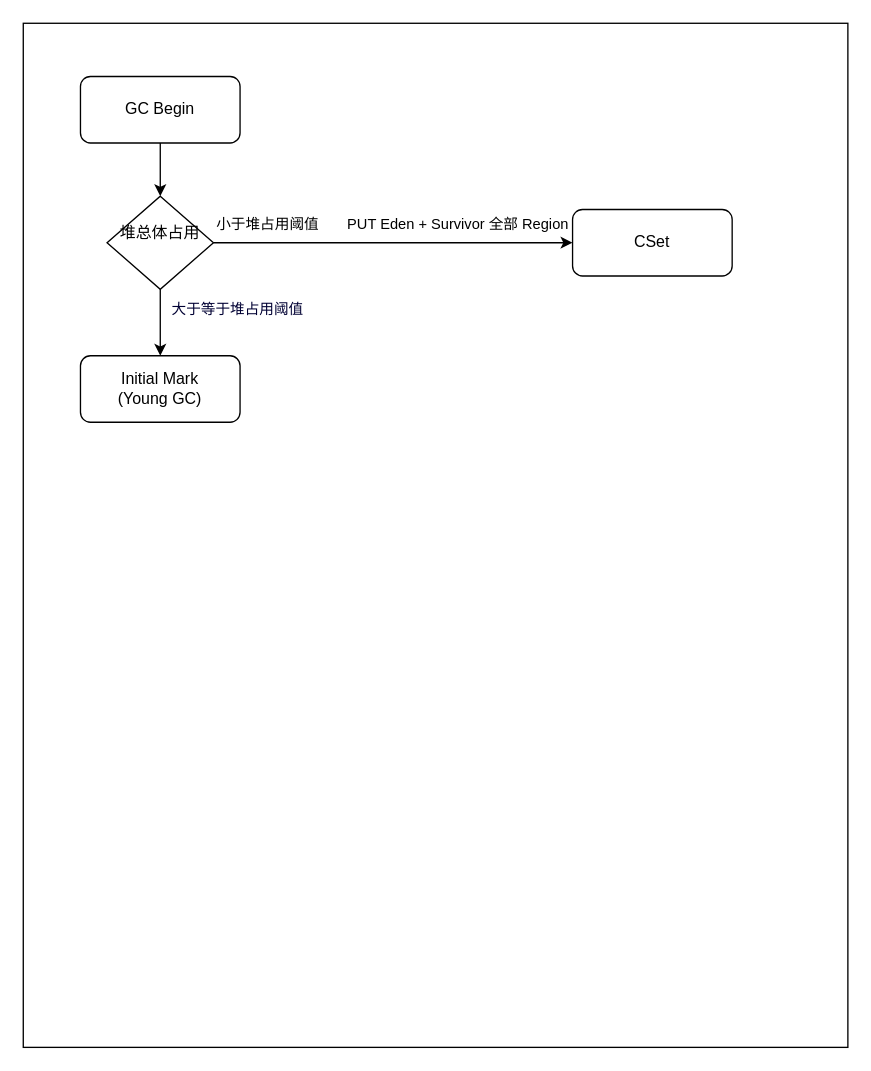
The draw.io diagram G1/G1执行过程.drawio in wit88wang/my.draw.io, before the edit. Source tidied: cells renumbered, new cells numbered last; positions are measured from the earlier drawing's top-left corner, leaving out a move shared by most shapes. Both pictures are drawn from the tidied source at 133%, with x=0, y=0 at pixel (23, 23).
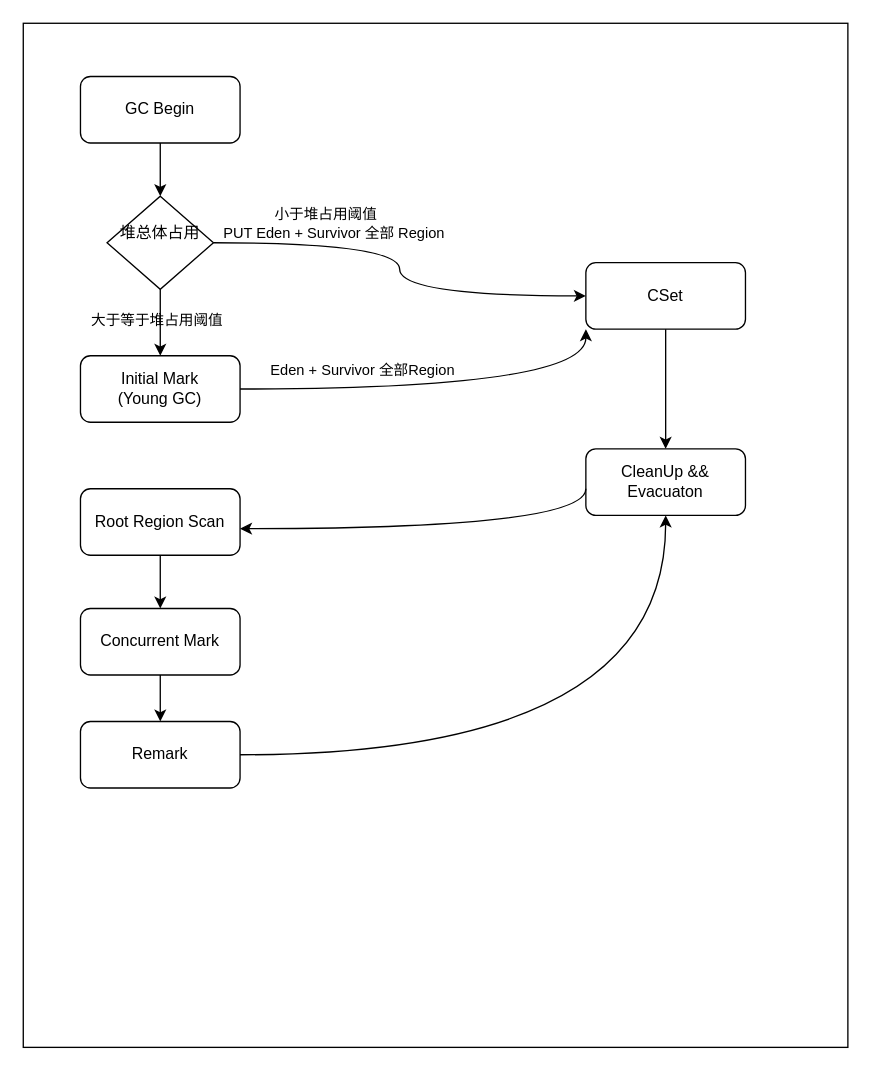
Above is the later version.

Commit message:
更新G1执行过程.drawio

The change refers to these unchanged cells:
```xml
<mxCell id="4" value="堆总体占用&lt;div&gt;&lt;br/&gt;&lt;/div&gt;" style="rhombus;whiteSpace=wrap;html=1;shapeInside=1;fillColor=light-dark(#FFFFFF,#CC99FF);" parent="1" vertex="1">
  <mxGeometry x="63" y="130" width="80" height="70" as="geometry" />
</mxCell>
<mxCell id="10" style="endArrow=classic;html=1;rounded=0;exitX=0.5;exitY=1;exitDx=0;exitDy=0;fillColor=light-dark(transparent,#3333FF);strokeColor=light-dark(#000000,#FF6666);fontColor=light-dark(#000000,#99CCFF);entryX=0.5;entryY=0;entryDx=0;entryDy=0;" parent="1" edge="1" source="4" target="9">
  <mxGeometry relative="1" as="geometry" />
</mxCell>
```

Change to the diagram source:
```diff
@@
-    <mxCell id="2" style="rounded=0;whiteSpace=wrap;html=1;fillColor=light-dark(#FFFFFF,#CCFFFF);" parent="1" vertex="1">
+    <mxCell id="2" style="rounded=0;whiteSpace=wrap;html=1;fillColor=light-dark(#FFFFFF,#CCFFFF);labelBackgroundColor=light-dark(#FFFFFF,transparent);" parent="1" vertex="1">
       <mxGeometry width="620" height="770" as="geometry" />
     </mxCell>
@@
     <mxCell id="6" value="CSet" style="rounded=1;whiteSpace=wrap;html=1;fillColor=light-dark(#FFFFFF,#FFFF33);strokeColor=light-dark(#000000,#00CCCC);fontColor=light-dark(#000000,#000033);" parent="1" vertex="1">
-      <mxGeometry x="413" y="140" width="120" height="50" as="geometry" />
+      <mxGeometry x="423" y="180" width="120" height="50" as="geometry" />
     </mxCell>
-    <mxCell id="7" style="endArrow=classic;html=1;rounded=0;exitX=1;exitY=0.5;exitDx=0;exitDy=0;strokeColor=light-dark(#000000,#FF6666);" parent="1" edge="1" source="4" target="6">
+    <mxCell id="7" style="endArrow=classic;html=1;rounded=0;exitX=1;exitY=0.5;exitDx=0;exitDy=0;strokeColor=light-dark(#000000,#FF6666);edgeStyle=orthogonalEdgeStyle;curved=1;" parent="1" edge="1" source="4" target="6">
       <mxGeometry relative="1" as="geometry" />
     </mxCell>
-    <mxCell id="8" value="小于堆占用阈值&amp;nbsp; &amp;nbsp; &amp;nbsp; &amp;nbsp;PUT Eden + Survivor 全部 Region&amp;nbsp;" style="edgeLabel;html=1;align=center;verticalAlign=middle;labelBackgroundColor=none;fontColor=light-dark(#000000,#000033);" parent="7" vertex="1">
-      <mxGeometry x="-0.06" relative="1" as="geometry">
-        <mxPoint x="8" y="-15" as="offset" />
+    <mxCell id="8" value="&lt;span style=&quot;&quot;&gt;小于堆占用阈值&amp;nbsp; &amp;nbsp; &amp;nbsp; &lt;br&gt;PUT Eden + Survivor 全部 Region&amp;nbsp;&lt;/span&gt;" style="edgeLabel;html=1;align=center;verticalAlign=middle;labelBackgroundColor=none;labelBorderColor=none;fontColor=light-dark(#000000,#000033);" parent="7" vertex="1">
+      <mxGeometry x="-0.15" y="-4" relative="1" as="geometry">
+        <mxPoint x="-45" y="-19" as="offset" />
       </mxGeometry>
     </mxCell>
-    <mxCell id="9" value="Initial Mark&lt;br&gt;(Young GC)" style="rounded=1;whiteSpace=wrap;html=1;fillColor=light-dark(#FFFFFF,#CC99FF);" parent="1" vertex="1">
+    <mxCell id="9" value="Initial Mark&lt;br&gt;(Young GC)" style="rounded=1;whiteSpace=wrap;html=1;fillColor=light-dark(#FFFFFF,#FF3333);" parent="1" vertex="1">
       <mxGeometry x="43" y="250" width="120" height="50" as="geometry" />
     </mxCell>
@@
-    <mxCell id="11" value="&lt;span style=&quot;font-size: 11px; white-space: nowrap; color: light-dark(rgb(0, 0, 51), rgb(0, 0, 51));&quot;&gt;大于等于堆占用阈值&amp;nbsp;&lt;/span&gt;" style="text;html=1;whiteSpace=wrap;strokeColor=none;fillColor=none;align=center;verticalAlign=middle;rounded=0;" parent="1" vertex="1">
-      <mxGeometry x="133" y="200" width="60" height="30" as="geometry" />
+    <mxCell id="11" value="&lt;span style=&quot;&quot;&gt;大于等于堆占用阈值&amp;nbsp;&lt;/span&gt;" style="edgeLabel;html=1;align=center;verticalAlign=middle;fontColor=light-dark(#000000,#000033);labelBackgroundColor=none;" parent="10" vertex="1">
+      <mxGeometry x="-0.14" y="-2" relative="1" as="geometry" />
     </mxCell>
+    <mxCell id="12" style="endArrow=classic;html=1;rounded=0;exitX=1;exitY=0.5;exitDx=0;exitDy=0;strokeColor=light-dark(#000000,#FF6666);entryX=0;entryY=1;entryDx=0;entryDy=0;edgeStyle=orthogonalEdgeStyle;curved=1;" parent="1" edge="1" source="9" target="6">
+      <mxGeometry relative="1" as="geometry" />
+    </mxCell>
+    <mxCell id="13" value="Eden + Survivor 全部Region" style="edgeLabel;html=1;align=center;verticalAlign=middle;labelBackgroundColor=none;fontColor=light-dark(#000000,#000033);" parent="12" vertex="1">
+      <mxGeometry x="-0.49" y="-2" relative="1" as="geometry">
+        <mxPoint x="13" y="-17" as="offset" />
+      </mxGeometry>
+    </mxCell>
+    <mxCell id="14" value="CleanUp &amp;amp;&amp;amp; Evacuaton" style="rounded=1;whiteSpace=wrap;html=1;fillColor=light-dark(#FFFFFF,#CC99FF);" parent="1" vertex="1">
+      <mxGeometry x="423" y="320" width="120" height="50" as="geometry" />
+    </mxCell>
+    <mxCell id="15" style="endArrow=classic;html=1;rounded=0;exitX=0.5;exitY=1;exitDx=0;exitDy=0;fillColor=light-dark(transparent,#3333FF);strokeColor=light-dark(#000000,#FF6666);fontColor=light-dark(#000000,#99CCFF);entryX=0.5;entryY=0;entryDx=0;entryDy=0;" parent="1" edge="1" source="6" target="14">
+      <mxGeometry relative="1" as="geometry" />
+    </mxCell>
+    <mxCell id="16" value="Root Region Scan" style="rounded=1;whiteSpace=wrap;html=1;fillColor=light-dark(#FFFFFF,#CC99FF);" parent="1" vertex="1">
+      <mxGeometry x="43" y="350" width="120" height="50" as="geometry" />
+    </mxCell>
+    <mxCell id="17" style="endArrow=classic;html=1;rounded=0;exitX=0;exitY=0.5;exitDx=0;exitDy=0;strokeColor=light-dark(#000000,#FF6666);entryX=1;entryY=0.5;entryDx=0;entryDy=0;edgeStyle=orthogonalEdgeStyle;curved=1;" parent="1" edge="1">
+      <mxGeometry relative="1" as="geometry">
+        <mxPoint x="423" y="350" as="sourcePoint" />
+        <mxPoint x="163" y="380" as="targetPoint" />
+        <Array as="points">
+          <mxPoint x="423" y="380" />
+        </Array>
+      </mxGeometry>
+    </mxCell>
+    <mxCell id="18" value="Concurrent Mark" style="rounded=1;whiteSpace=wrap;html=1;fillColor=light-dark(#FFFFFF,#CC99FF);" parent="1" vertex="1">
+      <mxGeometry x="43" y="440" width="120" height="50" as="geometry" />
+    </mxCell>
+    <mxCell id="19" style="endArrow=classic;html=1;rounded=0;exitX=0.5;exitY=1;exitDx=0;exitDy=0;fillColor=light-dark(transparent,#3333FF);strokeColor=light-dark(#000000,#FF6666);fontColor=light-dark(#000000,#99CCFF);" parent="1" edge="1" source="16" target="18">
+      <mxGeometry relative="1" as="geometry" />
+    </mxCell>
+    <mxCell id="20" value="Remark" style="rounded=1;whiteSpace=wrap;html=1;fillColor=light-dark(#FFFFFF,#CC99FF);" parent="1" vertex="1">
+      <mxGeometry x="43" y="525" width="120" height="50" as="geometry" />
+    </mxCell>
+    <mxCell id="21" style="endArrow=classic;html=1;rounded=0;exitX=0.5;exitY=1;exitDx=0;exitDy=0;fillColor=light-dark(transparent,#3333FF);strokeColor=light-dark(#000000,#FF6666);fontColor=light-dark(#000000,#99CCFF);entryX=0.5;entryY=0;entryDx=0;entryDy=0;" parent="1" edge="1" source="18" target="20">
+      <mxGeometry relative="1" as="geometry">
+        <Array as="points">
+          <mxPoint x="103" y="510" />
+        </Array>
+      </mxGeometry>
+    </mxCell>
+    <mxCell id="22" style="endArrow=classic;html=1;rounded=0;exitX=1;exitY=0.5;exitDx=0;exitDy=0;fillColor=light-dark(transparent,#3333FF);strokeColor=light-dark(#000000,#FF6666);fontColor=light-dark(#000000,#99CCFF);entryX=0.5;entryY=1;entryDx=0;entryDy=0;edgeStyle=orthogonalEdgeStyle;curved=1;" parent="1" edge="1" source="20" target="14">
+      <mxGeometry relative="1" as="geometry" />
+    </mxCell>
```
